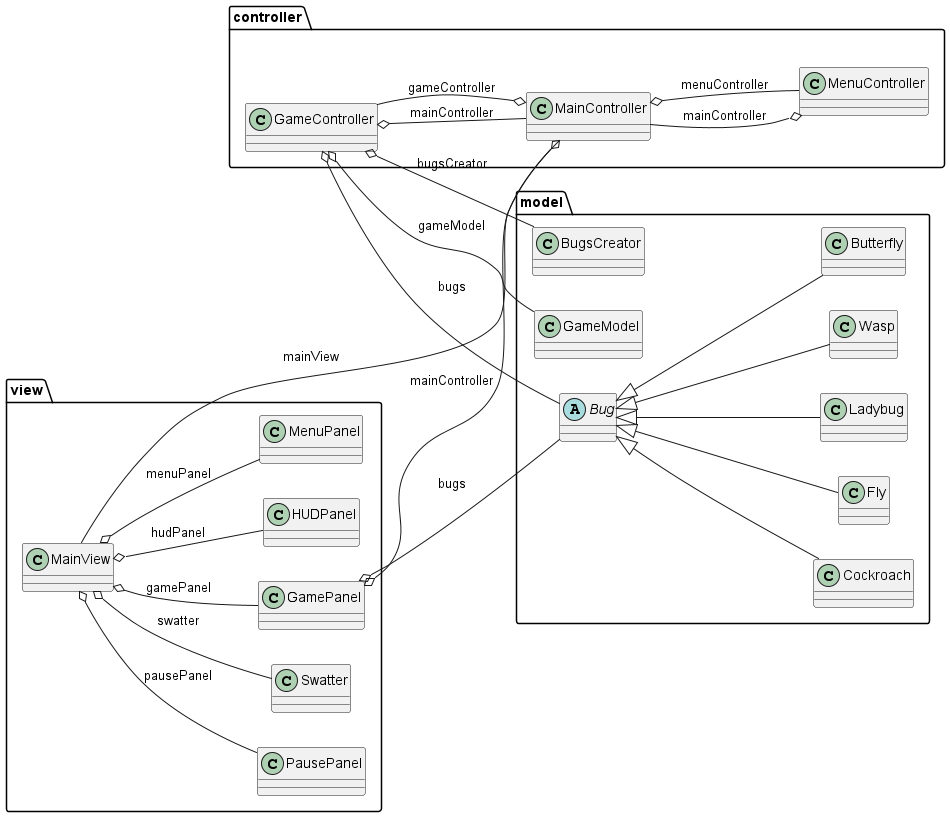
Above: UML/JFlySwatter.png in lcintini/JFlySwatter (PlantUML), before the change.
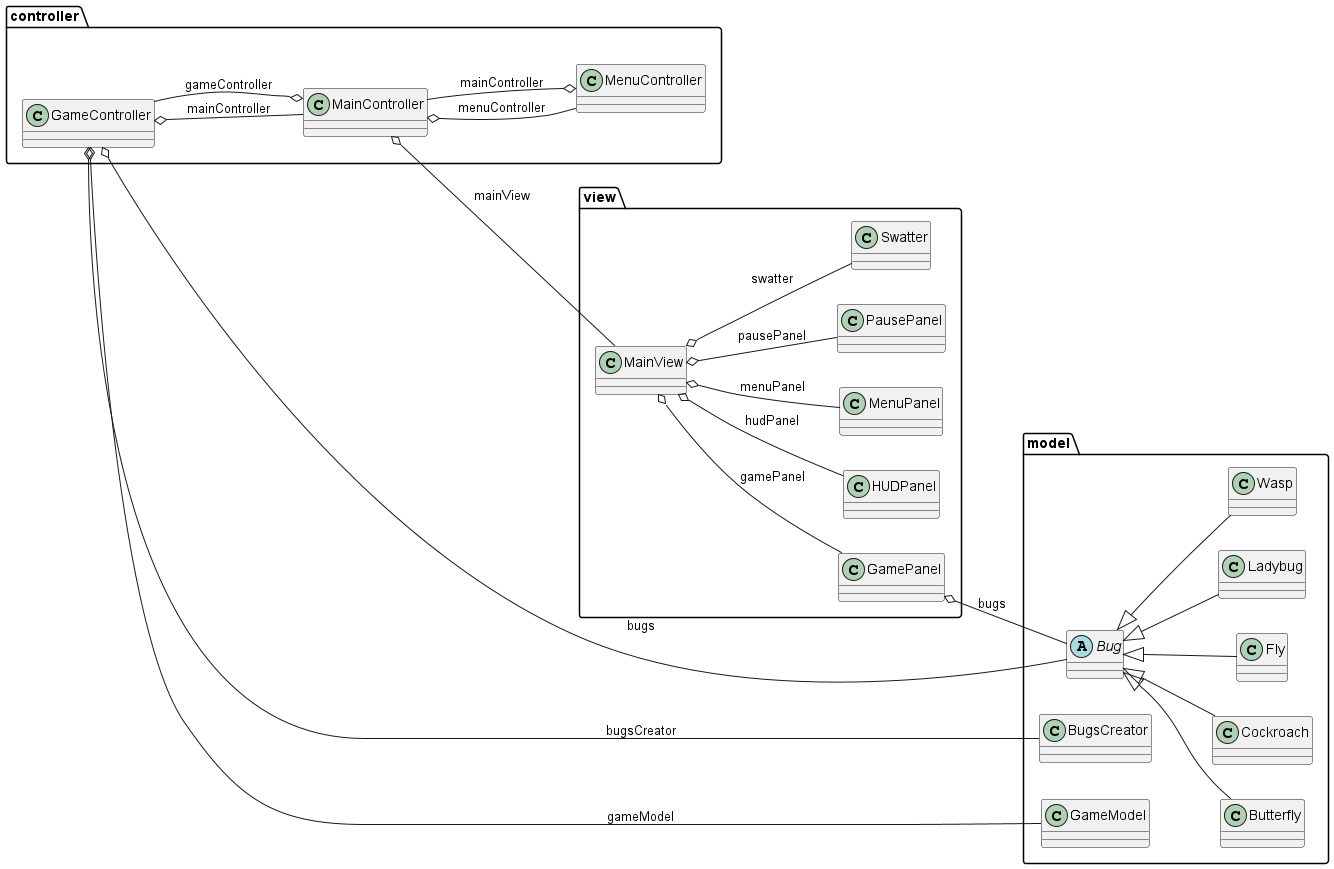
Above is the later version.

Commit message:
correzione ulteriore uml

Change to the diagram source:
```diff
@@ -119,7 +119,6 @@
   model.Fly -up-|> model.Bug
   model.Ladybug -up-|> model.Bug
   model.Wasp -up-|> model.Bug
-  view.GamePanel o-- controller.MainController : mainController
   view.GamePanel o-- model.Bug : bugs
   view.MainView o-- view.Swatter : swatter
   view.MainView o-- view.GamePanel : gamePanel
```
